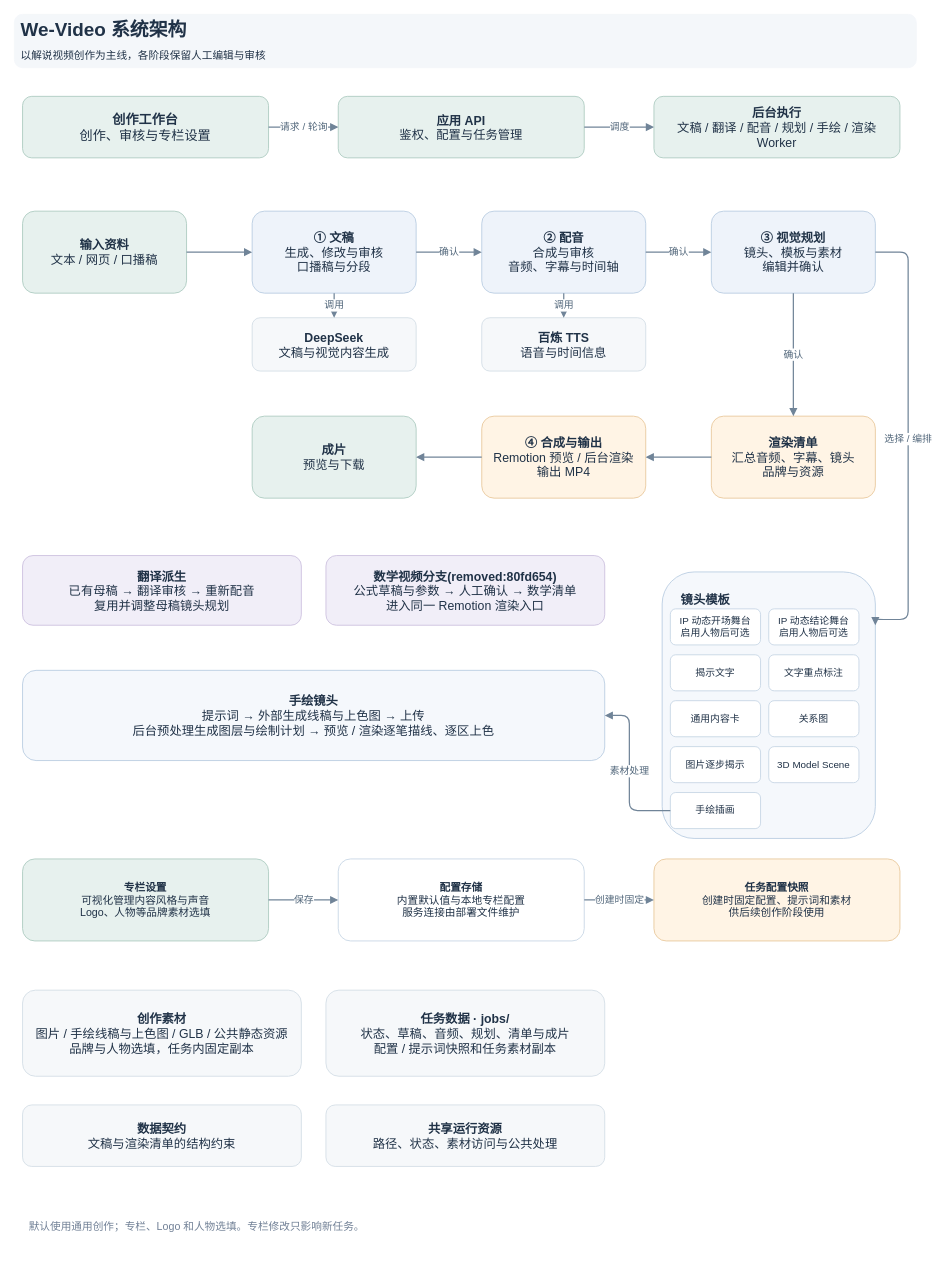
Before: page "Page-1" (1 of 2) of doc/architecture.drawio in hongqun/we-video, a draw.io diagram. Source tidied: cells renumbered, new cells numbered last; positions are measured from the earlier drawing's top-left corner, leaving out a move shared by most shapes. Both pictures are drawn from the tidied source at 82%, with x=0, y=0 at pixel (14, 14).
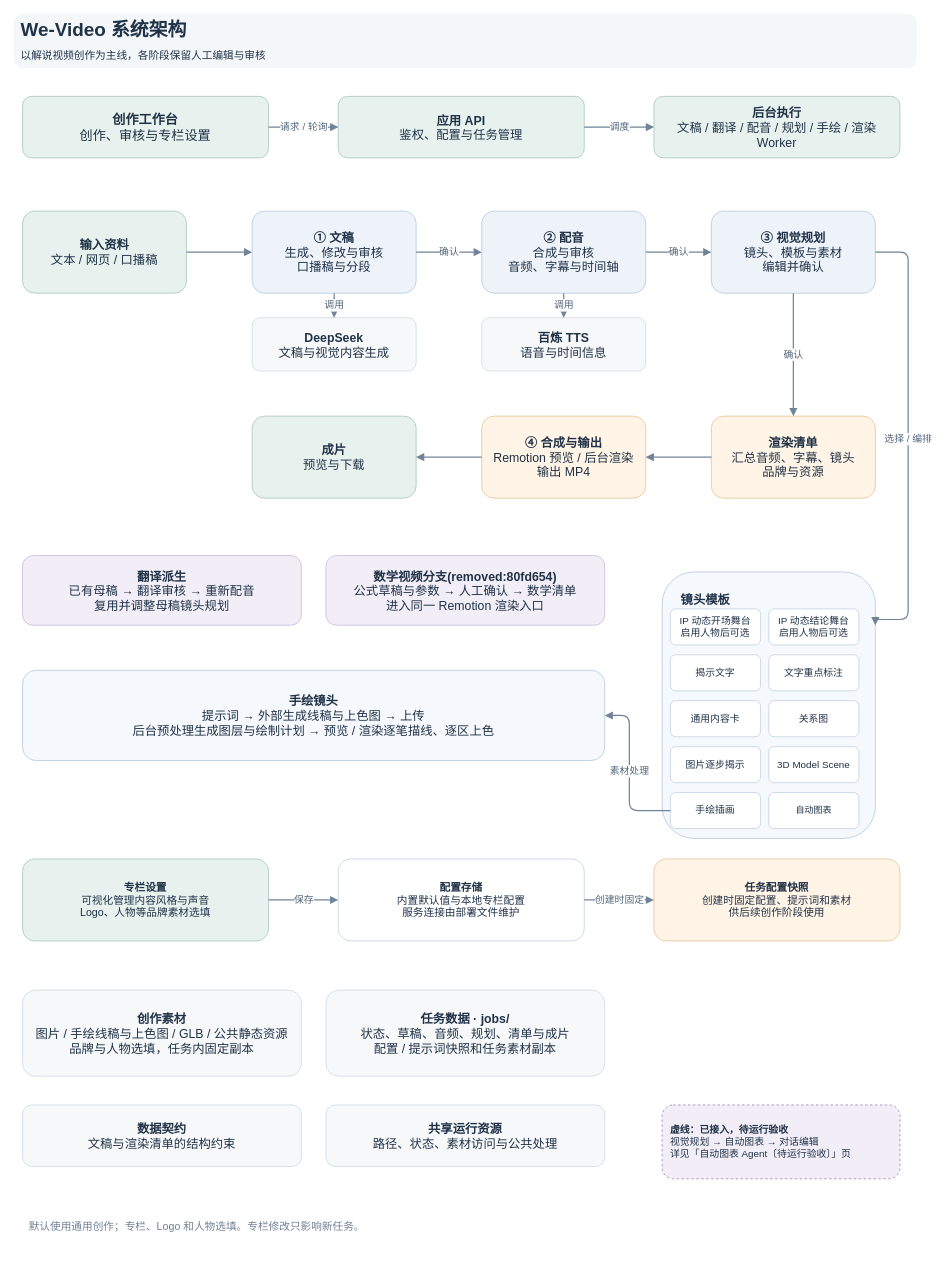
The same page after the edit.

Unchanged cells that the change refers to:
```xml
<mxCell id="21" value="&lt;b&gt;镜头模板&lt;/b&gt;" style="rounded=1;whiteSpace=wrap;html=1;fillColor=#f5f8fc;strokeColor=#b5c9df;fontColor=#203247;fontSize=15;spacing=8;align=left;verticalAlign=top;spacingTop=12;spacingLeft=15;" parent="1" vertex="1">
  <mxGeometry x="790" y="680" width="260" height="325" as="geometry" />
</mxCell>
```

Change to the diagram source:
```diff
@@
+    <mxCell id="50" value="自动图表" style="rounded=1;whiteSpace=wrap;html=1;fontColor=#203247;fontSize=12;spacing=3;fillColor=#ffffff;strokeColor=#c3d3e3;fontSize=11;spacing=3;align=center;verticalAlign=middle;fontFamily=Helvetica;" parent="21" vertex="1">
+      <mxGeometry x="130" y="269" width="110" height="44" as="geometry" />
+    </mxCell>
@@
+    <mxCell id="51" value="&lt;b&gt;虚线：已接入，待运行验收&lt;/b&gt;&lt;br&gt;视觉规划 → 自动图表 → 对话编辑&lt;br&gt;详见「自动图表 Agent〔待运行验收〕」页" style="rounded=1;whiteSpace=wrap;html=1;fontColor=#203247;fontSize=14;spacing=10;fillColor=#f1eef8;strokeColor=#9c88ba;dashed=1;fontSize=12;align=left;" parent="1" vertex="1">
+      <mxGeometry x="790" y="1330" width="290" height="90" as="geometry" />
+    </mxCell>
```
